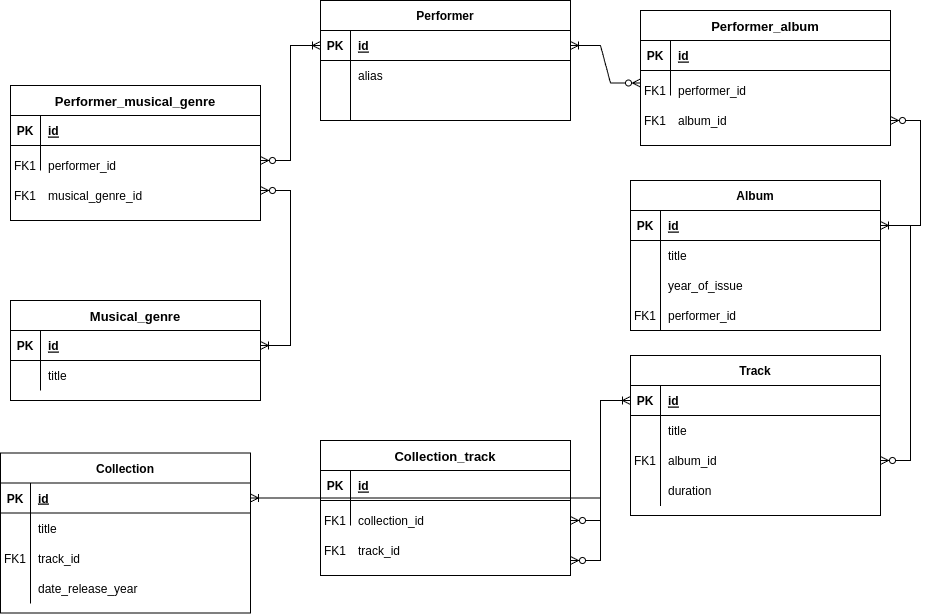
This is 02-postgree-sql/er_diagrama.drawio.png from ketrin1777/06-db-homework, a draw.io export, as it was before one commit. Source tidied: cells renumbered, new cells last; positions are measured from the earlier drawing's top-left corner, leaving out a move shared by most shapes.
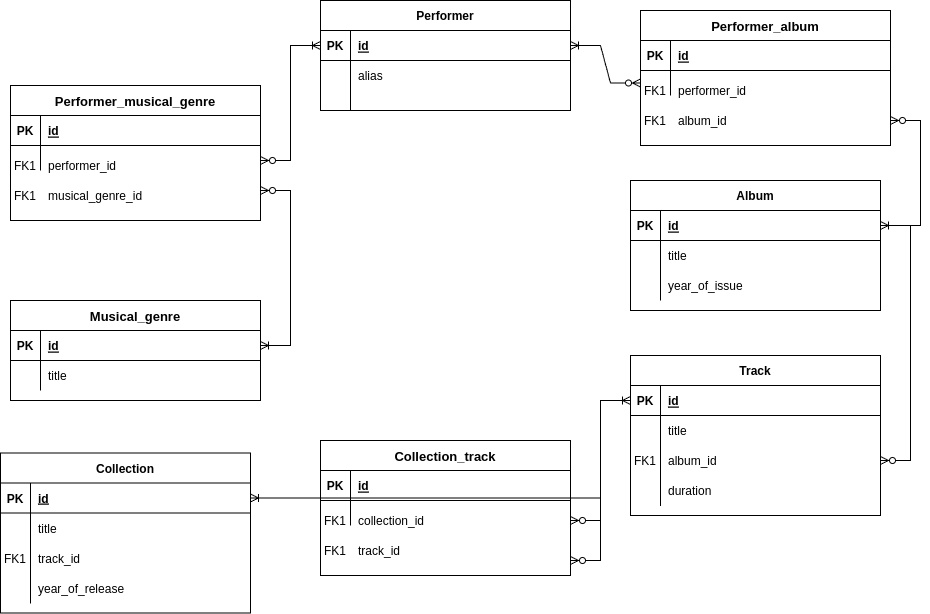
After the commit.

Diff of the diagram source:
```diff
@@ -3,7 +3,7 @@
     <mxCell id="0" />
     <mxCell id="1" parent="0" />
     <mxCell id="2" value="Performer" style="shape=table;startSize=30;rowLines=0;fontStyle=1;align=center;" parent="1" vertex="1">
-      <mxGeometry x="320" y="40" width="250" height="120" as="geometry" />
+      <mxGeometry x="320" y="40" width="250" height="110" as="geometry" />
     </mxCell>
     <mxCell id="3" style="shape=partialRectangle;fillColor=none;points=[[0,0.5],[1,0.5]];portConstraint=eastwest;top=0;left=0;right=0;bottom=1;" parent="2" vertex="1">
       <mxGeometry y="30" width="250" height="30" as="geometry" />
@@ -24,16 +24,16 @@
       <mxGeometry x="30" width="220" height="30" as="geometry" />
     </mxCell>
     <mxCell id="9" style="shape=partialRectangle;fillColor=none;top=0;left=0;right=0;bottom=0;" parent="2" vertex="1">
-      <mxGeometry y="90" width="250" height="30" as="geometry" />
+      <mxGeometry y="90" width="250" height="20" as="geometry" />
     </mxCell>
     <mxCell id="10" style="shape=partialRectangle;overflow=hidden;fillColor=none;top=0;left=0;bottom=0;right=0;" parent="9" vertex="1">
-      <mxGeometry width="30" height="30" as="geometry" />
+      <mxGeometry width="30" height="20" as="geometry" />
     </mxCell>
     <mxCell id="11" style="shape=partialRectangle;overflow=hidden;fillColor=none;top=0;left=0;bottom=0;right=0;align=left;spacingLeft=6;" parent="9" vertex="1">
-      <mxGeometry x="30" width="220" height="30" as="geometry" />
+      <mxGeometry x="30" width="220" height="20" as="geometry" />
     </mxCell>
     <mxCell id="12" value="Album" style="shape=table;startSize=30;rowLines=0;fontStyle=1;align=center;" parent="1" vertex="1">
-      <mxGeometry x="630" y="220" width="250" height="150" as="geometry" />
+      <mxGeometry x="630" y="220" width="250" height="130" as="geometry" />
     </mxCell>
     <mxCell id="13" style="shape=partialRectangle;fillColor=none;points=[[0,0.5],[1,0.5]];portConstraint=eastwest;top=0;left=0;right=0;bottom=1;" parent="12" vertex="1">
       <mxGeometry y="30" width="250" height="30" as="geometry" />
@@ -91,9 +91,6 @@
         </Array>
       </mxGeometry>
     </mxCell>
-    <mxCell id="30" value="FK1" style="shape=partialRectangle;overflow=hidden;fillColor=none;top=0;left=0;bottom=0;right=1;" parent="1" vertex="1">
-      <mxGeometry x="630" y="340" width="30" height="30" as="geometry" />
-    </mxCell>
     <mxCell id="31" value="Track" style="shape=table;startSize=30;rowLines=0;fontStyle=1;align=center;" parent="1" vertex="1">
       <mxGeometry x="630" y="395" width="250" height="160" as="geometry" />
     </mxCell>
@@ -152,15 +149,6 @@
         </Array>
       </mxGeometry>
     </mxCell>
-    <mxCell id="45" style="shape=partialRectangle;fillColor=none;top=0;left=0;right=0;bottom=0;" parent="1" vertex="1">
-      <mxGeometry x="630" y="340" width="250" height="30" as="geometry" />
-    </mxCell>
-    <mxCell id="46" style="shape=partialRectangle;overflow=hidden;fillColor=none;top=0;left=0;bottom=0;right=0;" parent="45" vertex="1">
-      <mxGeometry width="30" height="30" as="geometry" />
-    </mxCell>
-    <mxCell id="47" value="performer_id" style="shape=partialRectangle;overflow=hidden;fillColor=none;top=0;left=0;bottom=0;right=0;align=left;spacingLeft=6;" parent="45" vertex="1">
-      <mxGeometry x="30" width="220" height="30" as="geometry" />
-    </mxCell>
     <mxCell id="48" value="Performer_musical_genre" style="shape=table;startSize=30;rowLines=0;fontStyle=1;align=center;fontSize=13;" parent="1" vertex="1">
       <mxGeometry x="10" y="125" width="250" height="135" as="geometry" />
     </mxCell>
@@ -286,7 +274,7 @@
     <mxCell id="82" style="shape=partialRectangle;overflow=hidden;fillColor=none;top=0;left=0;bottom=0;right=1;strokeColor=default;align=center;verticalAlign=middle;fontFamily=Helvetica;fontSize=12;fontColor=default;" parent="1" vertex="1">
       <mxGeometry y="612.5" width="30" height="30" as="geometry" />
     </mxCell>
-    <mxCell id="83" value="date_release_year" style="shape=partialRectangle;overflow=hidden;fillColor=none;top=0;left=0;bottom=0;right=0;align=left;spacingLeft=6;" parent="1" vertex="1">
+    <mxCell id="83" value="year_of_release" style="shape=partialRectangle;overflow=hidden;fillColor=none;top=0;left=0;bottom=0;right=0;align=left;spacingLeft=6;" parent="1" vertex="1">
       <mxGeometry x="30" y="612.5" width="220" height="30" as="geometry" />
     </mxCell>
     <mxCell id="84" style="edgeStyle=entityRelationEdgeStyle;fontSize=12;html=1;endArrow=ERoneToMany;startArrow=ERzeroToMany;rounded=0;entryX=0;entryY=0.5;entryDx=0;entryDy=0;" parent="1" edge="1" target="32">
```
